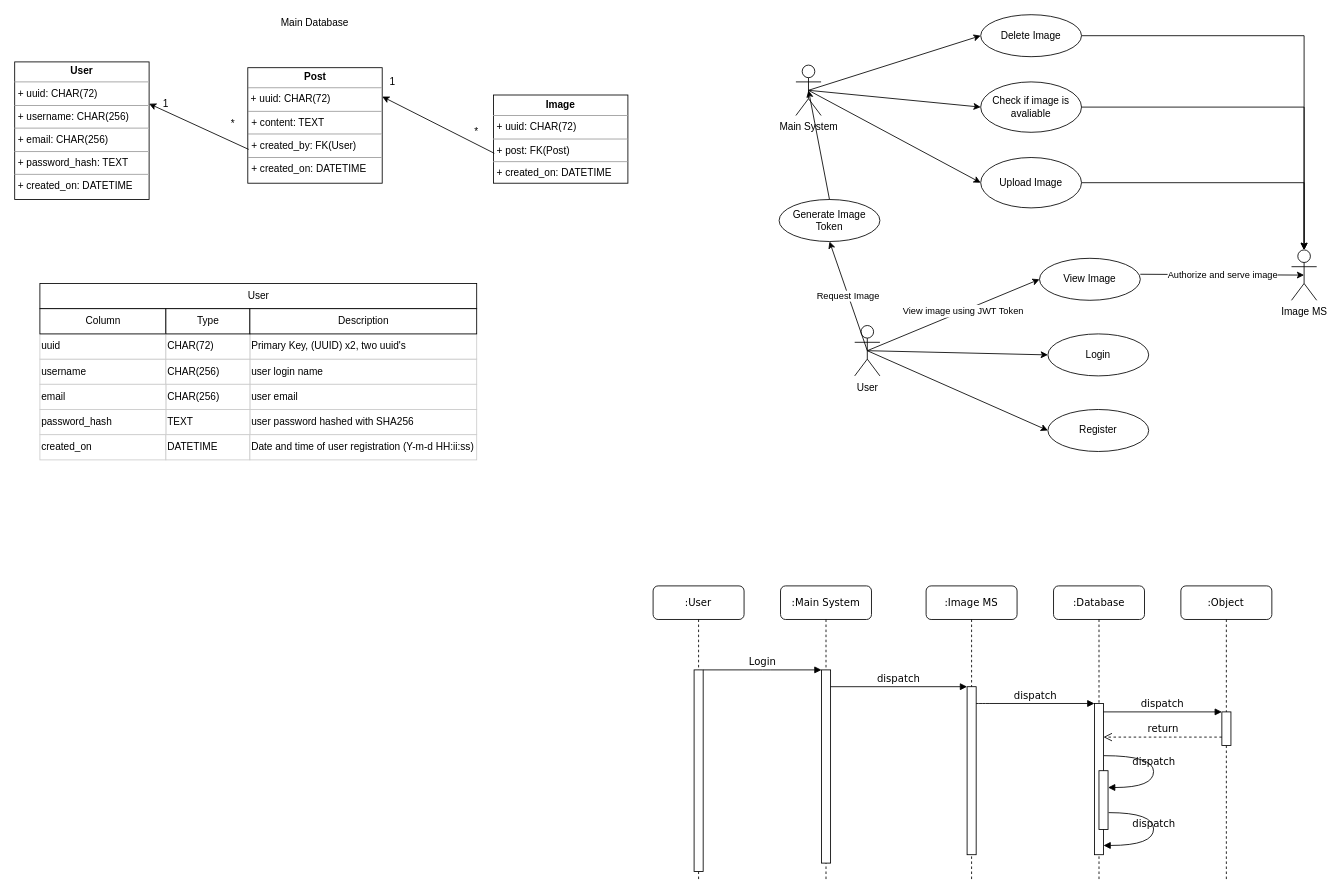
Earlier version of the draw.io diagram Untitled Diagram.drawio (jameelhamdan/image-server). Source tidied: cells renumbered, new cells numbered last; positions are measured from the earlier drawing's top-left corner, leaving out a move shared by most shapes. Both pictures are drawn from the tidied source at 84%, with x=0, y=0 at pixel (14, 14).
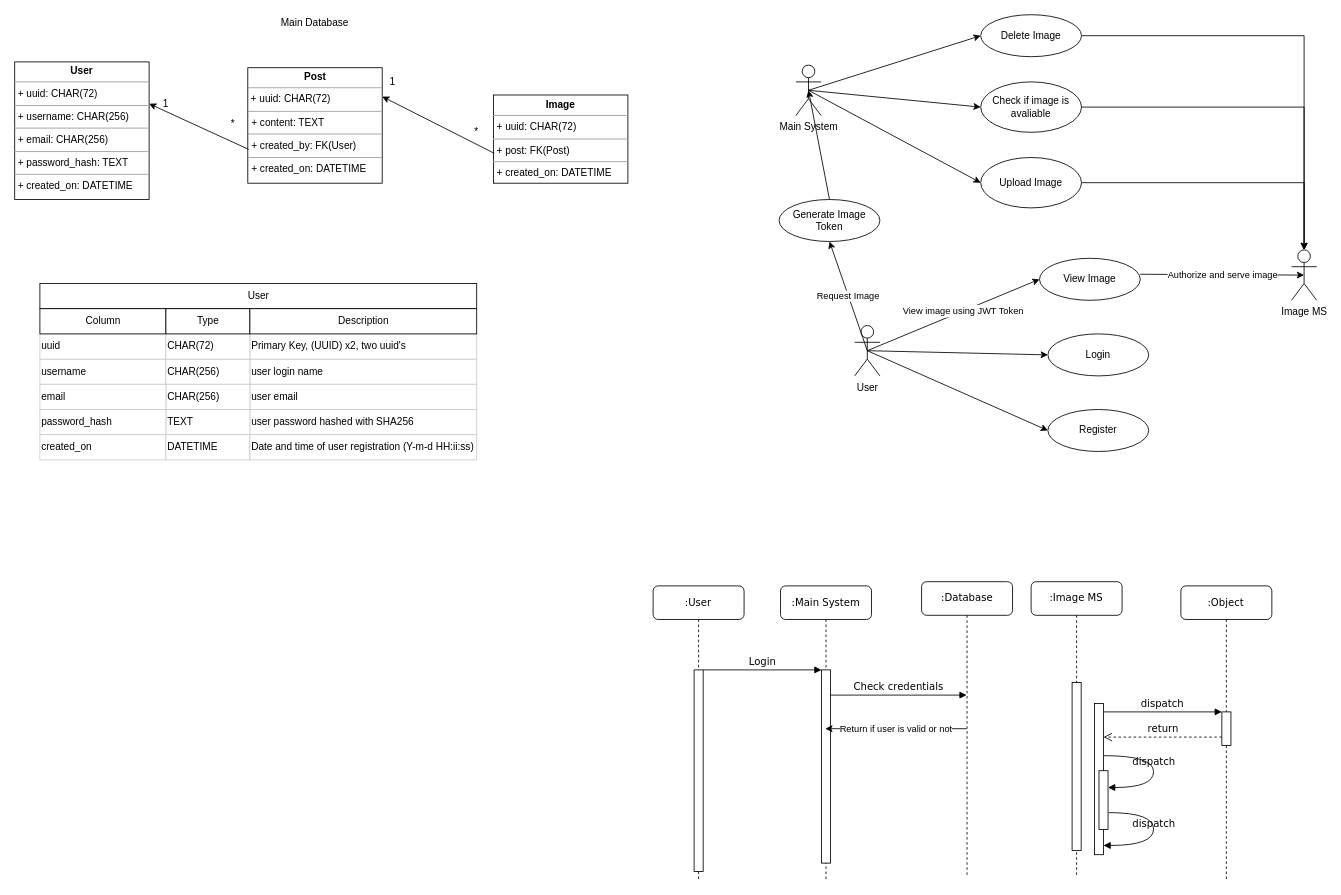
The same diagram, later.

Unchanged cells that the change refers to:
```xml
<mxCell id="56" style="html=1;points=[];perimeter=orthogonalPerimeter;rounded=0;shadow=0;comic=0;labelBackgroundColor=none;strokeWidth=1;fontFamily=Verdana;fontSize=12;align=center;" parent="55" vertex="1">
  <mxGeometry x="48.8" y="100" width="10.8" height="230" as="geometry" />
</mxCell>
<mxCell id="58" style="html=1;points=[];perimeter=orthogonalPerimeter;rounded=0;shadow=0;comic=0;labelBackgroundColor=none;strokeWidth=1;fontFamily=Verdana;fontSize=12;align=center;" parent="57" vertex="1">
  <mxGeometry x="48.8" y="120" width="10.8" height="200" as="geometry" />
</mxCell>
<mxCell id="63" style="html=1;points=[];perimeter=orthogonalPerimeter;rounded=0;shadow=0;comic=0;labelBackgroundColor=none;strokeWidth=1;fontFamily=Verdana;fontSize=12;align=center;" parent="1" vertex="1">
  <mxGeometry x="1285.4" y="820" width="10.8" height="180" as="geometry" />
</mxCell>
```

What changed in the source:
```diff
@@
     <mxCell id="57" value=":Image MS" style="shape=umlLifeline;perimeter=lifelinePerimeter;whiteSpace=wrap;html=1;rounded=1;shadow=0;comic=0;labelBackgroundColor=none;strokeWidth=1;fontFamily=Verdana;fontSize=12;align=center;" parent="1" vertex="1">
-      <mxGeometry x="1085" y="680" width="108.3" height="350" as="geometry" />
+      <mxGeometry x="1210" y="675" width="108.3" height="350" as="geometry" />
     </mxCell>
@@
+    <mxCell id="73" value="Return if user is valid or not" style="edgeStyle=orthogonalEdgeStyle;rounded=0;jettySize=auto;html=1;" parent="1" edge="1" source="59">
+      <mxGeometry relative="1" as="geometry">
+        <mxPoint x="965" y="850" as="targetPoint" />
+      </mxGeometry>
+    </mxCell>
     <mxCell id="59" value=":Database" style="shape=umlLifeline;perimeter=lifelinePerimeter;whiteSpace=wrap;html=1;outlineConnect=0;rounded=1;shadow=0;comic=0;labelBackgroundColor=none;strokeWidth=1;fontFamily=Verdana;fontSize=12;align=center;" parent="1" vertex="1">
-      <mxGeometry x="1236.7" y="680" width="108.3" height="350" as="geometry" />
+      <mxGeometry x="1079.6" y="675" width="108.3" height="350" as="geometry" />
     </mxCell>
@@
-    <mxCell id="64" value="dispatch" style="html=1;verticalAlign=bottom;endArrow=block;labelBackgroundColor=none;fontFamily=Verdana;fontSize=12;edgeStyle=elbowEdgeStyle;elbow=vertical;" parent="1" edge="1" source="58" target="63">
-      <mxGeometry relative="1" as="geometry">
-        <Array as="points">
-          <mxPoint x="1150" y="820" />
-        </Array>
-      </mxGeometry>
-    </mxCell>
@@
-    <mxCell id="69" value="dispatch" style="html=1;verticalAlign=bottom;endArrow=block;entryX=0;entryY=0;labelBackgroundColor=none;fontFamily=Verdana;fontSize=12;edgeStyle=elbowEdgeStyle;elbow=vertical;" parent="1" edge="1" source="56" target="58">
-      <mxGeometry relative="1" as="geometry" />
+    <mxCell id="69" value="Check credentials" style="html=1;verticalAlign=bottom;endArrow=block;labelBackgroundColor=none;fontFamily=Verdana;fontSize=12;edgeStyle=elbowEdgeStyle;elbow=vertical;" parent="1" edge="1" source="56" target="59">
+      <mxGeometry relative="1" as="geometry">
+        <Array as="points">
+          <mxPoint x="1010" y="810" />
+        </Array>
+      </mxGeometry>
     </mxCell>
```
